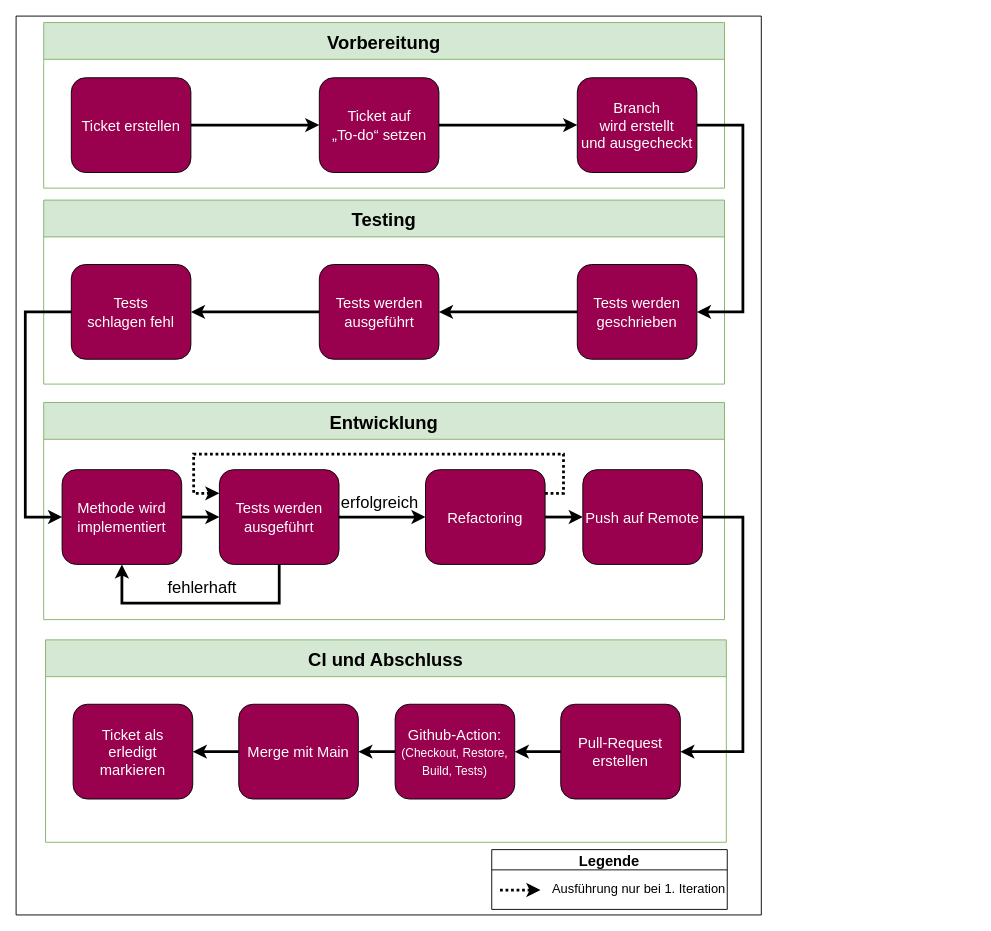
Before: page "Ablauf" (2 of 9) of Parlivote.Shared/Documentation/Untitled Diagram.drawio in schnickalodeon/Parlivote, a draw.io diagram. Source tidied: cells renumbered, new cells numbered last; positions are measured from the earlier drawing's top-left corner, leaving out a move shared by most shapes. Both pictures are drawn from the tidied source at 92%, with x=0, y=0 at pixel (16, 16).
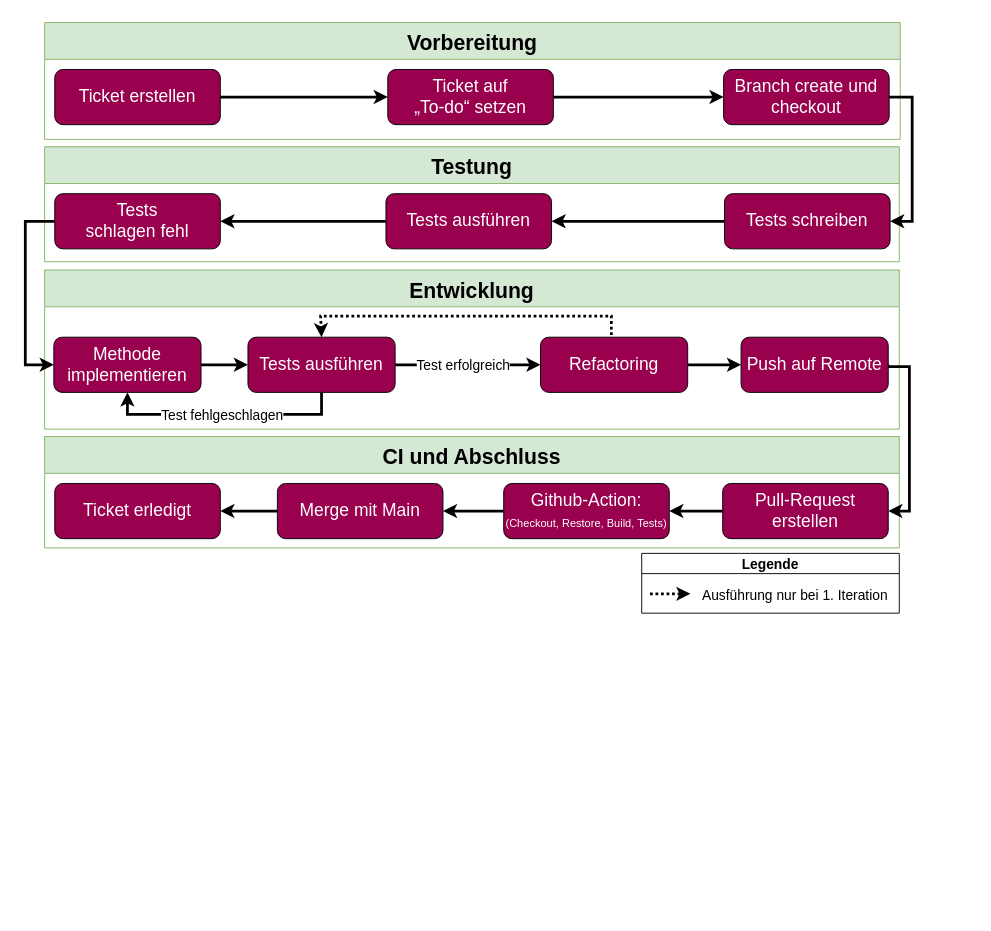
The same page after the edit.

Diff of the diagram source:
```diff
@@
-    <mxCell id="2" value="Vorbereitung" style="swimlane;startSize=40;fontSize=20;strokeColor=#82b366;fillColor=#d5e8d4;" parent="1" vertex="1">
-      <mxGeometry x="30" y="7" width="740" height="180" as="geometry" />
+    <mxCell id="2" value="Vorbereitung" style="swimlane;startSize=40;fontSize=23;strokeColor=#82b366;fillColor=#d5e8d4;" parent="1" vertex="1">
+      <mxGeometry x="31" y="7" width="930" height="127" as="geometry" />
     </mxCell>
-    <mxCell id="3" style="edgeStyle=orthogonalEdgeStyle;rounded=0;jettySize=auto;html=1;fontSize=20;fontColor=#FFFFFF;strokeColor=#000000;strokeWidth=3;" parent="2" edge="1" source="4" target="6">
-      <mxGeometry relative="1" as="geometry" />
-    </mxCell>
-    <mxCell id="4" value="&lt;font color=&quot;#ffffff&quot; style=&quot;font-size: 16px;&quot;&gt;Ticket erstellen&lt;/font&gt;" style="rounded=1;whiteSpace=wrap;html=1;fontSize=16;fillColor=#99004D;" parent="2" vertex="1">
-      <mxGeometry x="30" y="60" width="130" height="103" as="geometry" />
+    <mxCell id="4" value="&lt;font color=&quot;#ffffff&quot; style=&quot;font-size: 19px;&quot;&gt;Ticket erstellen&lt;/font&gt;" style="rounded=1;whiteSpace=wrap;html=1;fontSize=19;fillColor=#99004D;" parent="2" vertex="1">
+      <mxGeometry x="11" y="51" width="180" height="60" as="geometry" />
     </mxCell>
-    <mxCell id="5" style="edgeStyle=orthogonalEdgeStyle;rounded=0;jettySize=auto;html=1;fontSize=20;fontColor=#FFFFFF;strokeColor=#000000;strokeWidth=3;" parent="2" edge="1" source="6" target="7">
-      <mxGeometry relative="1" as="geometry" />
-    </mxCell>
-    <mxCell id="6" value="&lt;font style=&quot;font-size: 16px;&quot;&gt;Ticket auf &lt;br&gt;„To-do“ setzen&lt;/font&gt;" style="whiteSpace=wrap;html=1;fontSize=16;fillColor=#99004D;rounded=1;fontColor=#FFFFFF;" parent="2" vertex="1">
-      <mxGeometry x="299.6" y="60" width="130" height="103" as="geometry" />
-    </mxCell>
-    <mxCell id="7" value="Branch &lt;br&gt;wird erstellt&lt;br&gt;und ausgecheckt" style="whiteSpace=wrap;html=1;fontSize=16;fillColor=#99004D;rounded=1;fontColor=#FFFFFF;" parent="2" vertex="1">
-      <mxGeometry x="580" y="60" width="130" height="103" as="geometry" />
+    <mxCell id="7" value="Branch create und checkout" style="whiteSpace=wrap;html=1;fontSize=19;fillColor=#99004D;rounded=1;fontColor=#FFFFFF;" parent="2" vertex="1">
+      <mxGeometry x="738" y="51" width="180" height="60" as="geometry" />
     </mxCell>
-    <mxCell id="8" value="Testing" style="swimlane;fontSize=20;fillColor=#d5e8d4;startSize=40;strokeColor=#82b366;" parent="1" vertex="1">
-      <mxGeometry x="30" y="200" width="740" height="200" as="geometry" />
+    <mxCell id="8" value="Testung" style="swimlane;fontSize=23;fillColor=#d5e8d4;startSize=40;strokeColor=#82b366;" parent="1" vertex="1">
+      <mxGeometry x="31" y="142" width="929" height="125" as="geometry" />
     </mxCell>
-    <mxCell id="9" style="edgeStyle=orthogonalEdgeStyle;rounded=0;jettySize=auto;html=1;exitX=0;exitY=0.5;exitDx=0;exitDy=0;entryX=1;entryY=0.5;entryDx=0;entryDy=0;fontSize=20;fontColor=#FFFFFF;strokeColor=#000000;strokeWidth=3;" parent="8" edge="1" source="10" target="11">
-      <mxGeometry relative="1" as="geometry" />
-    </mxCell>
-    <mxCell id="10" value="Tests werden geschrieben" style="whiteSpace=wrap;html=1;fontSize=16;fillColor=#99004D;rounded=1;fontColor=#FFFFFF;" parent="8" vertex="1">
-      <mxGeometry x="580" y="70" width="130" height="103" as="geometry" />
+    <mxCell id="10" value="Tests schreiben" style="whiteSpace=wrap;html=1;fontSize=19;fillColor=#99004D;rounded=1;fontColor=#FFFFFF;" parent="8" vertex="1">
+      <mxGeometry x="739" y="51" width="180" height="60" as="geometry" />
     </mxCell>
-    <mxCell id="11" value="Tests werden ausgeführt" style="whiteSpace=wrap;html=1;fontSize=16;fillColor=#99004D;rounded=1;fontColor=#FFFFFF;" parent="8" vertex="1">
-      <mxGeometry x="299.6" y="70" width="130" height="103" as="geometry" />
-    </mxCell>
-    <mxCell id="12" value="Tests &lt;br&gt;schlagen fehl" style="whiteSpace=wrap;html=1;fontSize=16;fillColor=#99004D;fontColor=#FFFFFF;rounded=1;" parent="8" vertex="1">
-      <mxGeometry x="30" y="70" width="130" height="103" as="geometry" />
-    </mxCell>
-    <mxCell id="13" style="edgeStyle=orthogonalEdgeStyle;rounded=0;jettySize=auto;html=1;fontSize=20;fontColor=#FFFFFF;strokeColor=#000000;strokeWidth=3;" parent="8" edge="1" source="11" target="12">
-      <mxGeometry relative="1" as="geometry" />
-    </mxCell>
-    <mxCell id="14" value="Entwicklung" style="swimlane;fontSize=20;fillColor=#d5e8d4;startSize=40;strokeColor=#82b366;" parent="1" vertex="1">
-      <mxGeometry x="30" y="420" width="740" height="236" as="geometry" />
+    <mxCell id="14" value="Entwicklung" style="swimlane;fontSize=23;fillColor=#d5e8d4;startSize=40;strokeColor=#82b366;" parent="1" vertex="1">
+      <mxGeometry x="31" y="276" width="929" height="173" as="geometry" />
     </mxCell>
-    <mxCell id="15" value="CI und Abschluss" style="swimlane;fontSize=20;fillColor=#d5e8d4;startSize=40;strokeColor=#82b366;" parent="1" vertex="1">
-      <mxGeometry x="32" y="678" width="740" height="220" as="geometry" />
+    <mxCell id="15" value="CI und Abschluss" style="swimlane;fontSize=23;fillColor=#d5e8d4;startSize=40;strokeColor=#82b366;" parent="1" vertex="1">
+      <mxGeometry x="31" y="457" width="929" height="121" as="geometry" />
     </mxCell>
-    <mxCell id="16" style="edgeStyle=orthogonalEdgeStyle;rounded=0;jettySize=auto;html=1;exitX=0;exitY=0.5;exitDx=0;exitDy=0;entryX=1;entryY=0.5;entryDx=0;entryDy=0;fontSize=13;fontColor=#FFFFFF;strokeColor=#000000;strokeWidth=3;" parent="15" edge="1" source="17" target="19">
+    <mxCell id="16" style="edgeStyle=orthogonalEdgeStyle;rounded=0;jettySize=auto;html=1;exitX=0;exitY=0.5;exitDx=0;exitDy=0;entryX=1;entryY=0.5;entryDx=0;entryDy=0;fontSize=19;fontColor=#FFFFFF;strokeColor=#000000;strokeWidth=3;" parent="15" edge="1" source="17" target="19">
       <mxGeometry relative="1" as="geometry" />
     </mxCell>
-    <mxCell id="17" value="Github-Action:&lt;br style=&quot;font-size: 16px;&quot;&gt;&lt;font style=&quot;font-size: 13px;&quot;&gt;(Checkout, Restore, Build, Tests)&lt;/font&gt;" style="whiteSpace=wrap;html=1;fontSize=16;fillColor=#99004D;rounded=1;fontColor=#FFFFFF;" parent="15" vertex="1">
-      <mxGeometry x="380" y="70" width="130" height="103" as="geometry" />
+    <mxCell id="17" value="Github-Action:&lt;br style=&quot;font-size: 19px;&quot;&gt;&lt;font style=&quot;font-size: 12px;&quot;&gt;(Checkout, Restore, Build, Tests)&lt;/font&gt;" style="whiteSpace=wrap;html=1;fontSize=19;fillColor=#99004D;rounded=1;fontColor=#FFFFFF;" parent="15" vertex="1">
+      <mxGeometry x="499" y="51" width="180" height="60" as="geometry" />
     </mxCell>
-    <mxCell id="18" value="Pull-Request&lt;br style=&quot;font-size: 16px;&quot;&gt;erstellen" style="whiteSpace=wrap;html=1;fontSize=16;fillColor=#99004D;rounded=1;fontColor=#FFFFFF;" parent="15" vertex="1">
-      <mxGeometry x="560" y="70" width="130" height="103" as="geometry" />
+    <mxCell id="18" value="Pull-Request&lt;br style=&quot;font-size: 19px;&quot;&gt;erstellen" style="whiteSpace=wrap;html=1;fontSize=19;fillColor=#99004D;rounded=1;fontColor=#FFFFFF;" parent="15" vertex="1">
+      <mxGeometry x="737" y="51" width="180" height="60" as="geometry" />
     </mxCell>
-    <mxCell id="19" value="Merge mit Main" style="whiteSpace=wrap;html=1;fontSize=16;fillColor=#99004D;rounded=1;fontColor=#FFFFFF;" parent="15" vertex="1">
-      <mxGeometry x="210" y="70" width="130" height="103" as="geometry" />
+    <mxCell id="19" value="Merge mit Main" style="whiteSpace=wrap;html=1;fontSize=19;fillColor=#99004D;rounded=1;fontColor=#FFFFFF;" parent="15" vertex="1">
+      <mxGeometry x="253" y="51" width="180" height="60" as="geometry" />
     </mxCell>
-    <mxCell id="20" value="Ticket als&lt;br&gt;erledigt markieren" style="whiteSpace=wrap;html=1;fontSize=16;fillColor=#99004D;rounded=1;fontColor=#FFFFFF;" parent="15" vertex="1">
-      <mxGeometry x="30" y="70" width="130" height="103" as="geometry" />
+    <mxCell id="20" value="Ticket erledigt" style="whiteSpace=wrap;html=1;fontSize=19;fillColor=#99004D;rounded=1;fontColor=#FFFFFF;" parent="15" vertex="1">
+      <mxGeometry x="11" y="51" width="180" height="60" as="geometry" />
     </mxCell>
-    <mxCell id="21" style="edgeStyle=orthogonalEdgeStyle;rounded=0;jettySize=auto;html=1;exitX=0;exitY=0.5;exitDx=0;exitDy=0;fontSize=13;fontColor=#FFFFFF;strokeColor=#000000;strokeWidth=3;entryX=1;entryY=0.5;entryDx=0;entryDy=0;" parent="15" edge="1" source="19" target="20">
+    <mxCell id="21" style="edgeStyle=orthogonalEdgeStyle;rounded=0;jettySize=auto;html=1;exitX=0;exitY=0.5;exitDx=0;exitDy=0;fontSize=19;fontColor=#FFFFFF;strokeColor=#000000;strokeWidth=3;entryX=1;entryY=0.5;entryDx=0;entryDy=0;" parent="15" edge="1" source="19" target="20">
       <mxGeometry relative="1" as="geometry" />
     </mxCell>
-    <mxCell id="22" style="edgeStyle=orthogonalEdgeStyle;rounded=0;jettySize=auto;html=1;exitX=0;exitY=0.5;exitDx=0;exitDy=0;fontSize=13;fontColor=#FFFFFF;strokeColor=#000000;strokeWidth=3;entryX=1;entryY=0.5;entryDx=0;entryDy=0;" parent="15" edge="1" source="18" target="17">
+    <mxCell id="22" style="edgeStyle=orthogonalEdgeStyle;rounded=0;jettySize=auto;html=1;exitX=0;exitY=0.5;exitDx=0;exitDy=0;fontSize=19;fontColor=#FFFFFF;strokeColor=#000000;strokeWidth=3;entryX=1;entryY=0.5;entryDx=0;entryDy=0;" parent="15" edge="1" source="18" target="17">
       <mxGeometry relative="1" as="geometry" />
     </mxCell>
-    <mxCell id="23" style="edgeStyle=orthogonalEdgeStyle;rounded=0;jettySize=auto;html=1;exitX=0;exitY=0.5;exitDx=0;exitDy=0;entryX=0;entryY=0.5;entryDx=0;entryDy=0;fontSize=13;fontColor=#FFFFFF;strokeColor=#000000;strokeWidth=3;" parent="1" edge="1" source="12" target="27">
-      <mxGeometry relative="1" as="geometry">
-        <Array as="points">
-          <mxPoint x="10" y="321" />
-          <mxPoint x="10" y="545" />
-          <mxPoint x="50" y="545" />
-        </Array>
-      </mxGeometry>
-    </mxCell>
-    <mxCell id="24" style="edgeStyle=orthogonalEdgeStyle;rounded=0;jettySize=auto;html=1;exitX=1;exitY=0.5;exitDx=0;exitDy=0;entryX=1;entryY=0.5;entryDx=0;entryDy=0;fontSize=13;fontColor=#FFFFFF;strokeColor=#000000;strokeWidth=3;" parent="1" edge="1" source="34" target="18">
+    <mxCell id="24" style="edgeStyle=orthogonalEdgeStyle;rounded=0;jettySize=auto;html=1;exitX=1;exitY=0.5;exitDx=0;exitDy=0;entryX=1;entryY=0.5;entryDx=0;entryDy=0;fontSize=19;fontColor=#FFFFFF;strokeColor=#000000;strokeWidth=3;" parent="1" edge="1" source="34" target="18">
       <mxGeometry relative="1" as="geometry">
         <Array as="points">
-          <mxPoint x="790" y="545" />
-          <mxPoint x="790" y="800" />
+          <mxPoint x="936" y="381" />
+          <mxPoint x="971" y="381" />
+          <mxPoint x="971" y="655" />
         </Array>
       </mxGeometry>
     </mxCell>
-    <mxCell id="25" style="swimlane;startSize=0;fontSize=13;fontColor=#FFFFFF;strokeColor=#000000;fillColor=#99004D;strokeWidth=1;" parent="1" vertex="1">
-      <mxGeometry width="810" height="977" as="geometry" />
+    <mxCell id="25" style="swimlane;startSize=0;fontSize=19;fontColor=#FFFFFF;strokeColor=none;fillColor=#99004D;strokeWidth=0;" parent="1" vertex="1">
+      <mxGeometry width="1043" height="662" as="geometry" />
     </mxCell>
-    <mxCell id="26" style="edgeStyle=orthogonalEdgeStyle;rounded=0;jettySize=auto;html=1;exitX=1;exitY=0.5;exitDx=0;exitDy=0;entryX=0;entryY=0.5;entryDx=0;entryDy=0;fontSize=18;strokeWidth=3;" parent="25" edge="1" source="27" target="29">
+    <mxCell id="26" style="edgeStyle=orthogonalEdgeStyle;rounded=0;jettySize=auto;html=1;exitX=1;exitY=0.5;exitDx=0;exitDy=0;entryX=0;entryY=0.5;entryDx=0;entryDy=0;fontSize=19;strokeWidth=3;" parent="25" edge="1" source="27" target="29">
       <mxGeometry relative="1" as="geometry" />
     </mxCell>
-    <mxCell id="27" value="Methode wird implementiert" style="whiteSpace=wrap;html=1;fontSize=16;fillColor=#99004D;fontColor=#FFFFFF;rounded=1;" parent="25" vertex="1">
-      <mxGeometry x="50" y="493" width="130" height="103" as="geometry" />
+    <mxCell id="27" value="Methode &lt;br style=&quot;font-size: 19px;&quot;&gt;implementieren" style="whiteSpace=wrap;html=1;fontSize=19;fillColor=#99004D;fontColor=#FFFFFF;rounded=1;" parent="25" vertex="1">
+      <mxGeometry x="41" y="349" width="160" height="60" as="geometry" />
     </mxCell>
-    <mxCell id="28" style="edgeStyle=orthogonalEdgeStyle;rounded=0;jettySize=auto;html=1;exitX=0.5;exitY=1;exitDx=0;exitDy=0;entryX=0.5;entryY=1;entryDx=0;entryDy=0;fontSize=16;strokeWidth=3;" parent="25" edge="1" source="29" target="27">
+    <mxCell id="28" style="edgeStyle=orthogonalEdgeStyle;rounded=0;jettySize=auto;html=1;exitX=0.5;exitY=1;exitDx=0;exitDy=0;entryX=0.5;entryY=1;entryDx=0;entryDy=0;fontSize=19;strokeWidth=3;" parent="25" edge="1" source="29" target="27">
       <mxGeometry relative="1" as="geometry">
         <Array as="points">
-          <mxPoint x="284" y="638" />
-          <mxPoint x="120" y="638" />
+          <mxPoint x="332" y="433" />
+          <mxPoint x="121" y="433" />
         </Array>
       </mxGeometry>
     </mxCell>
+    <mxCell id="41" value="&lt;font style=&quot;font-size: 15px;&quot;&gt;Test fehlgeschlagen&lt;/font&gt;" style="edgeLabel;html=1;align=center;verticalAlign=middle;fontSize=15;" parent="28" vertex="1">
+      <mxGeometry x="0.03" y="-1" relative="1" as="geometry" />
+    </mxCell>
-    <mxCell id="29" value="Tests werden&lt;br&gt;ausgeführt" style="whiteSpace=wrap;html=1;fontSize=16;fillColor=#99004D;fontColor=#FFFFFF;rounded=1;" parent="25" vertex="1">
-      <mxGeometry x="221" y="493" width="130" height="103" as="geometry" />
+    <mxCell id="29" value="Tests ausführen" style="whiteSpace=wrap;html=1;fontSize=19;fillColor=#99004D;fontColor=#FFFFFF;rounded=1;" parent="25" vertex="1">
+      <mxGeometry x="252" y="349" width="160" height="60" as="geometry" />
     </mxCell>
-    <mxCell id="30" value="erfolgreich" style="text;html=1;align=center;verticalAlign=middle;strokeColor=none;fillColor=none;fontSize=18;fontStyle=0;" parent="25" vertex="1">
-      <mxGeometry x="344" y="512" width="102" height="34" as="geometry" />
-    </mxCell>
-    <mxCell id="31" style="edgeStyle=orthogonalEdgeStyle;rounded=0;jettySize=auto;html=1;exitX=1;exitY=0.25;exitDx=0;exitDy=0;entryX=0;entryY=0.25;entryDx=0;entryDy=0;fontSize=18;strokeWidth=3;dashed=1;dashPattern=1 1;" parent="25" edge="1" source="32" target="29">
+    <mxCell id="31" style="edgeStyle=orthogonalEdgeStyle;rounded=0;jettySize=auto;html=1;exitX=0.488;exitY=0.026;exitDx=0;exitDy=0;entryX=0.5;entryY=0;entryDx=0;entryDy=0;fontSize=19;strokeWidth=3;dashed=1;dashPattern=1 1;exitPerimeter=0;" parent="25" edge="1" source="32" target="29">
       <mxGeometry relative="1" as="geometry">
         <Array as="points">
-          <mxPoint x="595" y="519" />
-          <mxPoint x="595" y="476" />
-          <mxPoint x="193" y="476" />
-          <mxPoint x="193" y="519" />
+          <mxPoint x="648" y="375" />
+          <mxPoint x="647" y="375" />
+          <mxPoint x="647" y="326" />
+          <mxPoint x="331" y="326" />
+          <mxPoint x="331" y="349" />
         </Array>
       </mxGeometry>
     </mxCell>
-    <mxCell id="32" value="Refactoring" style="whiteSpace=wrap;html=1;fontSize=16;fillColor=#99004D;rounded=1;fontColor=#FFFFFF;" parent="25" vertex="1">
-      <mxGeometry x="445" y="493" width="130" height="103" as="geometry" />
+    <mxCell id="32" value="Refactoring" style="whiteSpace=wrap;html=1;fontSize=19;fillColor=#99004D;rounded=1;fontColor=#FFFFFF;" parent="25" vertex="1">
+      <mxGeometry x="570" y="349" width="160" height="60" as="geometry" />
     </mxCell>
-    <mxCell id="33" style="edgeStyle=orthogonalEdgeStyle;rounded=0;jettySize=auto;html=1;exitX=1;exitY=0.5;exitDx=0;exitDy=0;fontSize=18;strokeWidth=3;" parent="25" edge="1" source="29" target="32">
+    <mxCell id="33" style="edgeStyle=orthogonalEdgeStyle;rounded=0;jettySize=auto;html=1;exitX=1;exitY=0.5;exitDx=0;exitDy=0;fontSize=19;strokeWidth=3;" parent="25" edge="1" source="29" target="32">
       <mxGeometry relative="1" as="geometry" />
     </mxCell>
+    <mxCell id="42" value="&lt;font style=&quot;font-size: 15px;&quot;&gt;Test erfolgreich&lt;/font&gt;" style="edgeLabel;html=1;align=center;verticalAlign=middle;fontSize=15;" parent="33" vertex="1">
+      <mxGeometry x="-0.07" y="-3" relative="1" as="geometry">
+        <mxPoint y="-4" as="offset" />
+      </mxGeometry>
+    </mxCell>
-    <mxCell id="34" value="Push auf Remote" style="whiteSpace=wrap;html=1;fontSize=16;fillColor=#99004D;rounded=1;fontColor=#FFFFFF;" parent="25" vertex="1">
-      <mxGeometry x="616" y="493" width="130" height="103" as="geometry" />
+    <mxCell id="34" value="Push auf Remote" style="whiteSpace=wrap;html=1;fontSize=19;fillColor=#99004D;rounded=1;fontColor=#FFFFFF;" parent="25" vertex="1">
+      <mxGeometry x="788" y="349" width="160" height="60" as="geometry" />
     </mxCell>
-    <mxCell id="35" style="edgeStyle=orthogonalEdgeStyle;rounded=0;jettySize=auto;html=1;exitX=1;exitY=0.5;exitDx=0;exitDy=0;entryX=0;entryY=0.5;entryDx=0;entryDy=0;fontSize=20;fontColor=#FFFFFF;strokeColor=#000000;strokeWidth=3;" parent="25" edge="1" source="32" target="34">
+    <mxCell id="35" style="edgeStyle=orthogonalEdgeStyle;rounded=0;jettySize=auto;html=1;exitX=1;exitY=0.5;exitDx=0;exitDy=0;entryX=0;entryY=0.5;entryDx=0;entryDy=0;fontSize=19;fontColor=#FFFFFF;strokeColor=#000000;strokeWidth=3;" parent="25" edge="1" source="32" target="34">
       <mxGeometry relative="1" as="geometry" />
     </mxCell>
-    <mxCell id="36" value="fehlerhaft" style="text;html=1;align=center;verticalAlign=middle;strokeColor=none;fillColor=none;fontSize=18;fontStyle=0;" parent="25" vertex="1">
-      <mxGeometry x="155" y="605" width="93" height="34" as="geometry" />
-    </mxCell>
-    <mxCell id="37" value="Legende" style="swimlane;fontSize=16;fillColor=none;startSize=22;" parent="25" vertex="1">
-      <mxGeometry x="517" y="906" width="256" height="65" as="geometry" />
+    <mxCell id="37" value="Legende" style="swimlane;fontSize=15;fillColor=none;startSize=22;" parent="25" vertex="1">
+      <mxGeometry x="680" y="584" width="280" height="65" as="geometry" />
     </mxCell>
-    <mxCell id="38" style="endArrow=classic;html=1;rounded=0;dashed=1;dashPattern=1 1;fontSize=18;strokeWidth=3;exitX=0.835;exitY=0.954;exitDx=0;exitDy=0;exitPerimeter=0;" parent="37" edge="1">
+    <mxCell id="38" style="endArrow=classic;html=1;rounded=0;dashed=1;dashPattern=1 1;fontSize=19;strokeWidth=3;exitX=0.835;exitY=0.954;exitDx=0;exitDy=0;exitPerimeter=0;" parent="37" edge="1">
       <mxGeometry relative="1" as="geometry">
         <mxPoint x="9" y="44" as="sourcePoint" />
         <mxPoint x="53" y="44" as="targetPoint" />
       </mxGeometry>
     </mxCell>
-    <mxCell id="39" value="&lt;font style=&quot;font-size: 14px;&quot;&gt;Ausführung nur bei 1. Iteration&lt;/font&gt;" style="text;html=1;align=left;verticalAlign=middle;strokeColor=none;fillColor=none;fontSize=18;" parent="37" vertex="1">
-      <mxGeometry x="64" y="25" width="206" height="34" as="geometry" />
+    <mxCell id="39" value="&lt;font style=&quot;font-size: 15px;&quot;&gt;Ausführung nur bei 1. Iteration&lt;/font&gt;" style="text;html=1;align=left;verticalAlign=middle;strokeColor=none;fillColor=none;fontSize=19;" parent="37" vertex="1">
+      <mxGeometry x="64" y="27" width="220" height="35" as="geometry" />
     </mxCell>
+    <mxCell id="6" value="&lt;font style=&quot;font-size: 19px;&quot;&gt;Ticket auf &lt;br style=&quot;font-size: 19px;&quot;&gt;„To-do“ setzen&lt;/font&gt;" style="whiteSpace=wrap;html=1;fontSize=19;fillColor=#99004D;rounded=1;fontColor=#FFFFFF;" parent="25" vertex="1">
+      <mxGeometry x="404" y="58" width="180" height="60" as="geometry" />
+    </mxCell>
+    <mxCell id="11" value="Tests ausführen" style="whiteSpace=wrap;html=1;fontSize=19;fillColor=#99004D;rounded=1;fontColor=#FFFFFF;" parent="25" vertex="1">
+      <mxGeometry x="402" y="193" width="180" height="60" as="geometry" />
+    </mxCell>
+    <mxCell id="12" value="Tests &lt;br style=&quot;font-size: 19px;&quot;&gt;schlagen fehl" style="whiteSpace=wrap;html=1;fontSize=19;fillColor=#99004D;fontColor=#FFFFFF;rounded=1;" parent="25" vertex="1">
+      <mxGeometry x="42" y="193" width="180" height="60" as="geometry" />
+    </mxCell>
+    <mxCell id="23" style="edgeStyle=orthogonalEdgeStyle;rounded=0;jettySize=auto;html=1;exitX=0;exitY=0.5;exitDx=0;exitDy=0;entryX=0;entryY=0.5;entryDx=0;entryDy=0;fontSize=19;fontColor=#FFFFFF;strokeColor=#000000;strokeWidth=3;" parent="25" edge="1" source="12" target="27">
+      <mxGeometry relative="1" as="geometry">
+        <Array as="points">
+          <mxPoint x="10" y="223" />
+          <mxPoint x="10" y="379" />
+        </Array>
+      </mxGeometry>
+    </mxCell>
+    <mxCell id="13" style="edgeStyle=orthogonalEdgeStyle;rounded=0;jettySize=auto;html=1;fontSize=19;fontColor=#FFFFFF;strokeColor=#000000;strokeWidth=3;" parent="25" edge="1" source="11" target="12">
+      <mxGeometry relative="1" as="geometry" />
+    </mxCell>
-    <mxCell id="40" style="edgeStyle=orthogonalEdgeStyle;rounded=0;jettySize=auto;html=1;exitX=1;exitY=0.5;exitDx=0;exitDy=0;entryX=1;entryY=0.5;entryDx=0;entryDy=0;fontSize=13;fontColor=#FFFFFF;strokeColor=#000000;strokeWidth=3;" parent="1" edge="1" source="7" target="10">
+    <mxCell id="40" style="edgeStyle=orthogonalEdgeStyle;rounded=0;jettySize=auto;html=1;exitX=1;exitY=0.5;exitDx=0;exitDy=0;entryX=1;entryY=0.5;entryDx=0;entryDy=0;fontSize=19;fontColor=#FFFFFF;strokeColor=#000000;strokeWidth=3;" parent="1" edge="1" source="7" target="10">
       <mxGeometry relative="1" as="geometry">
         <Array as="points">
-          <mxPoint x="790" y="119" />
-          <mxPoint x="790" y="322" />
+          <mxPoint x="974" y="88" />
+          <mxPoint x="974" y="223" />
         </Array>
       </mxGeometry>
     </mxCell>
+    <mxCell id="3" style="edgeStyle=orthogonalEdgeStyle;rounded=0;jettySize=auto;html=1;fontSize=19;fontColor=#FFFFFF;strokeColor=#000000;strokeWidth=3;" parent="1" edge="1" source="4" target="6">
+      <mxGeometry relative="1" as="geometry" />
+    </mxCell>
+    <mxCell id="5" style="edgeStyle=orthogonalEdgeStyle;rounded=0;jettySize=auto;html=1;fontSize=19;fontColor=#FFFFFF;strokeColor=#000000;strokeWidth=3;" parent="1" edge="1" source="6" target="7">
+      <mxGeometry relative="1" as="geometry" />
+    </mxCell>
+    <mxCell id="9" style="edgeStyle=orthogonalEdgeStyle;rounded=0;jettySize=auto;html=1;exitX=0;exitY=0.5;exitDx=0;exitDy=0;entryX=1;entryY=0.5;entryDx=0;entryDy=0;fontSize=19;fontColor=#FFFFFF;strokeColor=#000000;strokeWidth=3;" parent="1" edge="1" source="10" target="11">
+      <mxGeometry relative="1" as="geometry" />
+    </mxCell>
```
